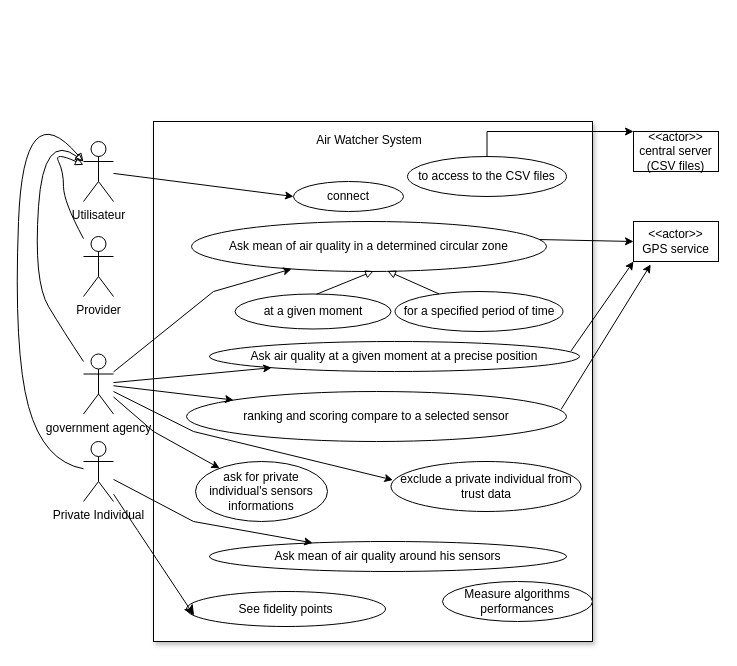
The draw.io diagram useCaseDiagram.drawio in Florian-LeVasseur/UML, before the edit. Source tidied: cells renumbered, new cells numbered last; positions are measured from the earlier drawing's top-left corner, leaving out a move shared by most shapes. Both pictures are drawn from the tidied source at 100%, with x=0, y=0 at pixel (13, 91).
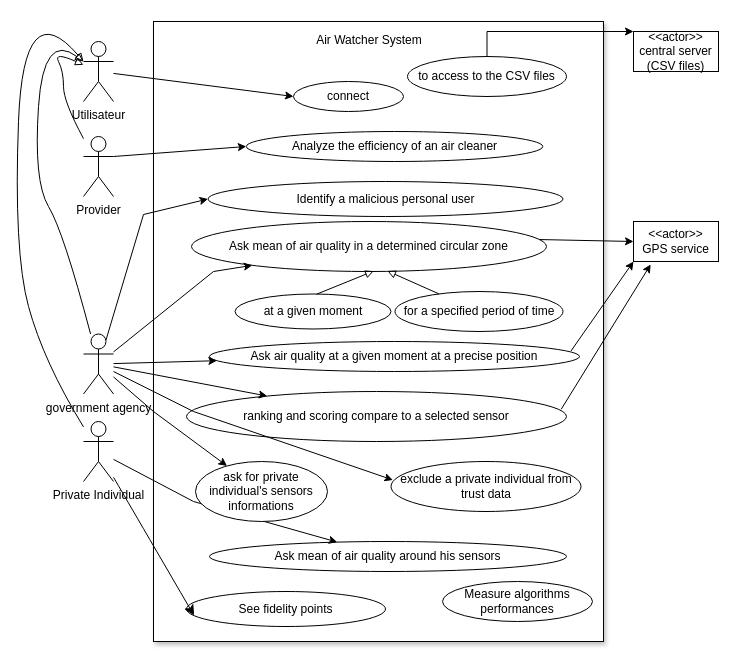
The same page after the edit.

Commit message:
Mettre à jour useCaseDiagram.drawio

The change refers to these unchanged cells:
```xml
<mxCell id="10" value="Ask mean of air quality in a determined circular zone" style="ellipse;whiteSpace=wrap;html=1;" parent="1" vertex="1">
  <mxGeometry x="178" y="130" width="355" height="50" as="geometry" />
</mxCell>
<mxCell id="17" value="exclude a private individual from trust data" style="ellipse;whiteSpace=wrap;html=1;" parent="1" vertex="1">
  <mxGeometry x="377.5" y="370" width="190" height="50" as="geometry" />
</mxCell>
<mxCell id="34" value="Ask mean of air quality around his sensors" style="ellipse;whiteSpace=wrap;html=1;" parent="1" vertex="1">
  <mxGeometry x="196" y="450" width="357" height="30" as="geometry" />
</mxCell>
<mxCell id="36" value="ask for private individual's sensors informations" style="ellipse;whiteSpace=wrap;html=1;" parent="1" vertex="1">
  <mxGeometry x="182" y="370" width="132" height="60" as="geometry" />
</mxCell>
```

Diff of the diagram source:
```diff
@@
     <mxCell id="2" value="government agency" style="shape=umlActor;verticalLabelPosition=bottom;verticalAlign=top;html=1;outlineConnect=0;" parent="1" vertex="1">
-      <mxGeometry x="70" y="262.5" width="30" height="60" as="geometry" />
+      <mxGeometry x="70" y="242.5" width="30" height="60" as="geometry" />
     </mxCell>
     <mxCell id="3" style="rounded=0;whiteSpace=wrap;html=1;shadow=1;" parent="1" vertex="1">
-      <mxGeometry x="140" y="30" width="439" height="520" as="geometry" />
+      <mxGeometry x="140" y="-70" width="450" height="620" as="geometry" />
     </mxCell>
     <mxCell id="4" value="Air Watcher System" style="text;html=1;align=center;verticalAlign=middle;whiteSpace=wrap;rounded=0;" parent="1" vertex="1">
-      <mxGeometry x="255.5" y="34" width="200" height="30" as="geometry" />
+      <mxGeometry x="255.5" y="-66" width="200" height="30" as="geometry" />
     </mxCell>
     <mxCell id="5" value="Provider" style="shape=umlActor;verticalLabelPosition=bottom;verticalAlign=top;html=1;outlineConnect=0;" parent="1" vertex="1">
-      <mxGeometry x="70" y="145" width="30" height="60" as="geometry" />
+      <mxGeometry x="70" y="45" width="30" height="60" as="geometry" />
     </mxCell>
@@
     <mxCell id="7" value="&amp;lt;&amp;lt;actor&amp;gt;&amp;gt;&lt;div&gt;central server (CSV files)&lt;/div&gt;" style="rounded=0;whiteSpace=wrap;html=1;" parent="1" vertex="1">
-      <mxGeometry x="620" y="40" width="85" height="40" as="geometry" />
+      <mxGeometry x="620" y="-60" width="85" height="40" as="geometry" />
     </mxCell>
     <mxCell id="8" style="edgeStyle=orthogonalEdgeStyle;rounded=0;jettySize=auto;html=1;" parent="1" edge="1" source="9" target="7">
       <mxGeometry relative="1" as="geometry">
         <Array as="points">
-          <mxPoint x="474" y="40" />
-          <mxPoint x="663" y="40" />
+          <mxPoint x="474" y="-60" />
+          <mxPoint x="663" y="-60" />
         </Array>
       </mxGeometry>
     </mxCell>
     <mxCell id="9" value="to access to the CSV files" style="ellipse;whiteSpace=wrap;html=1;" parent="1" vertex="1">
-      <mxGeometry x="394" y="65" width="159" height="40" as="geometry" />
+      <mxGeometry x="394" y="-35" width="159" height="40" as="geometry" />
     </mxCell>
@@
     <mxCell id="19" style="endArrow=classic;html=1;rounded=0;entryX=0.01;entryY=0.37;entryDx=0;entryDy=0;entryPerimeter=0;" parent="1" edge="1" source="2" target="17">
       <mxGeometry relative="1" as="geometry">
         <Array as="points">
-          <mxPoint x="180" y="340" />
+          <mxPoint x="180" y="320" />
         </Array>
       </mxGeometry>
     </mxCell>
     <mxCell id="20" value="connect" style="ellipse;whiteSpace=wrap;html=1;" parent="1" vertex="1">
-      <mxGeometry x="280" y="90" width="110" height="30" as="geometry" />
+      <mxGeometry x="280" y="-10" width="110" height="30" as="geometry" />
     </mxCell>
@@
     <mxCell id="24" value="Utilisateur" style="shape=umlActor;verticalLabelPosition=bottom;verticalAlign=top;html=1;outlineConnect=0;" parent="1" vertex="1">
-      <mxGeometry x="70" y="50" width="30" height="60" as="geometry" />
+      <mxGeometry x="70" y="-50" width="30" height="60" as="geometry" />
     </mxCell>
     <mxCell id="25" style="curved=1;endArrow=block;html=1;rounded=0;endFill=0;" parent="1" edge="1" source="5" target="24">
       <mxGeometry relative="1" as="geometry">
         <Array as="points">
-          <mxPoint x="50" y="110" />
-          <mxPoint x="50" y="80" />
-          <mxPoint x="40" y="60" />
+          <mxPoint x="50" y="10" />
+          <mxPoint x="50" y="-20" />
+          <mxPoint x="40" y="-40" />
         </Array>
       </mxGeometry>
     </mxCell>
@@
     <mxCell id="27" value="Private Individual" style="shape=umlActor;verticalLabelPosition=bottom;verticalAlign=top;html=1;outlineConnect=0;" parent="1" vertex="1">
-      <mxGeometry x="70" y="350" width="30" height="60" as="geometry" />
+      <mxGeometry x="70" y="330" width="30" height="60" as="geometry" />
     </mxCell>
     <mxCell id="28" style="curved=1;endArrow=block;html=1;rounded=0;entryX=0;entryY=0.3333333333333333;entryDx=0;entryDy=0;entryPerimeter=0;endFill=0;" parent="1" edge="1" source="27" target="24">
       <mxGeometry relative="1" as="geometry">
         <Array as="points">
-          <mxPoint x="30" y="370" />
-          <mxPoint y="260" />
-          <mxPoint x="10" />
+          <mxPoint x="30" y="270" />
+          <mxPoint y="160" />
+          <mxPoint x="10" y="-100" />
         </Array>
       </mxGeometry>
     </mxCell>
@@
     <mxCell id="33" style="endArrow=classic;html=1;rounded=0;" parent="1" edge="1" source="2" target="10">
       <mxGeometry relative="1" as="geometry">
         <Array as="points">
-          <mxPoint x="200" y="200" />
+          <mxPoint x="200" y="180" />
         </Array>
       </mxGeometry>
     </mxCell>
@@
     <mxCell id="35" style="endArrow=classic;html=1;rounded=0;" parent="1" edge="1" source="27" target="34">
       <mxGeometry relative="1" as="geometry">
         <Array as="points">
-          <mxPoint x="180" y="430" />
+          <mxPoint x="180" y="410" />
         </Array>
       </mxGeometry>
     </mxCell>
@@
     <mxCell id="37" style="endArrow=classic;html=1;rounded=0;" parent="1" edge="1" source="2" target="36">
       <mxGeometry relative="1" as="geometry">
         <Array as="points">
-          <mxPoint x="140" y="340" />
+          <mxPoint x="140" y="320" />
         </Array>
       </mxGeometry>
     </mxCell>
     <mxCell id="38" style="curved=1;endArrow=block;html=1;rounded=0;entryX=0;entryY=0.3333333333333333;entryDx=0;entryDy=0;entryPerimeter=0;endFill=0;" parent="1" edge="1" source="2" target="24">
       <mxGeometry relative="1" as="geometry">
         <Array as="points">
-          <mxPoint x="50" y="240" />
-          <mxPoint x="20" y="190" />
-          <mxPoint x="30" y="40" />
+          <mxPoint x="50" y="140" />
+          <mxPoint x="20" y="90" />
+          <mxPoint x="30" y="-60" />
         </Array>
       </mxGeometry>
     </mxCell>
+    <mxCell id="39" value="Analyze the efficiency of an air cleaner" style="ellipse;whiteSpace=wrap;html=1;" parent="1" vertex="1">
+      <mxGeometry x="232.8" y="40" width="296.5" height="30" as="geometry" />
+    </mxCell>
+    <mxCell id="40" value="Identify a malicious personal user" style="ellipse;whiteSpace=wrap;html=1;" parent="1" vertex="1">
+      <mxGeometry x="194.5" y="90" width="355" height="35" as="geometry" />
+    </mxCell>
+    <mxCell id="41" style="endArrow=classic;html=1;rounded=0;entryX=0;entryY=0.5;entryDx=0;entryDy=0;exitX=0.75;exitY=0.1;exitDx=0;exitDy=0;exitPerimeter=0;" parent="1" edge="1" source="2" target="40">
+      <mxGeometry relative="1" as="geometry">
+        <Array as="points">
+          <mxPoint x="130" y="123" />
+        </Array>
+      </mxGeometry>
+    </mxCell>
+    <mxCell id="42" style="endArrow=classic;html=1;rounded=0;entryX=0;entryY=0.5;entryDx=0;entryDy=0;exitX=1;exitY=0.3333333333333333;exitDx=0;exitDy=0;exitPerimeter=0;" parent="1" edge="1" source="5" target="39">
+      <mxGeometry relative="1" as="geometry" />
+    </mxCell>
```
